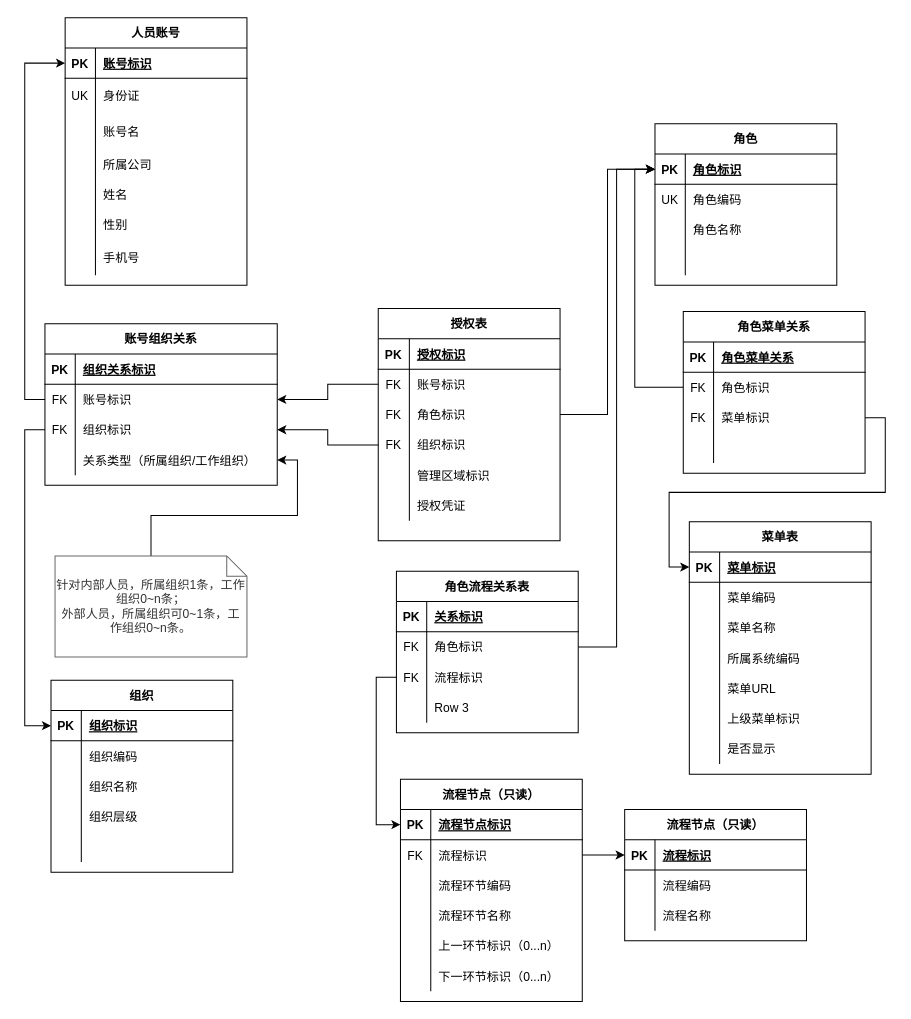
158698706/tt4a keeps this draw.io diagram as page "模型-2" (7 of 7) of 4A基本数模型.drawio. Above is the earlier version. Source tidied: cells renumbered, new cells numbered last; positions are measured from the earlier drawing's top-left corner, leaving out a move shared by most shapes. Both pictures are drawn from the tidied source at 101%, with x=0, y=0 at pixel (44, 17).
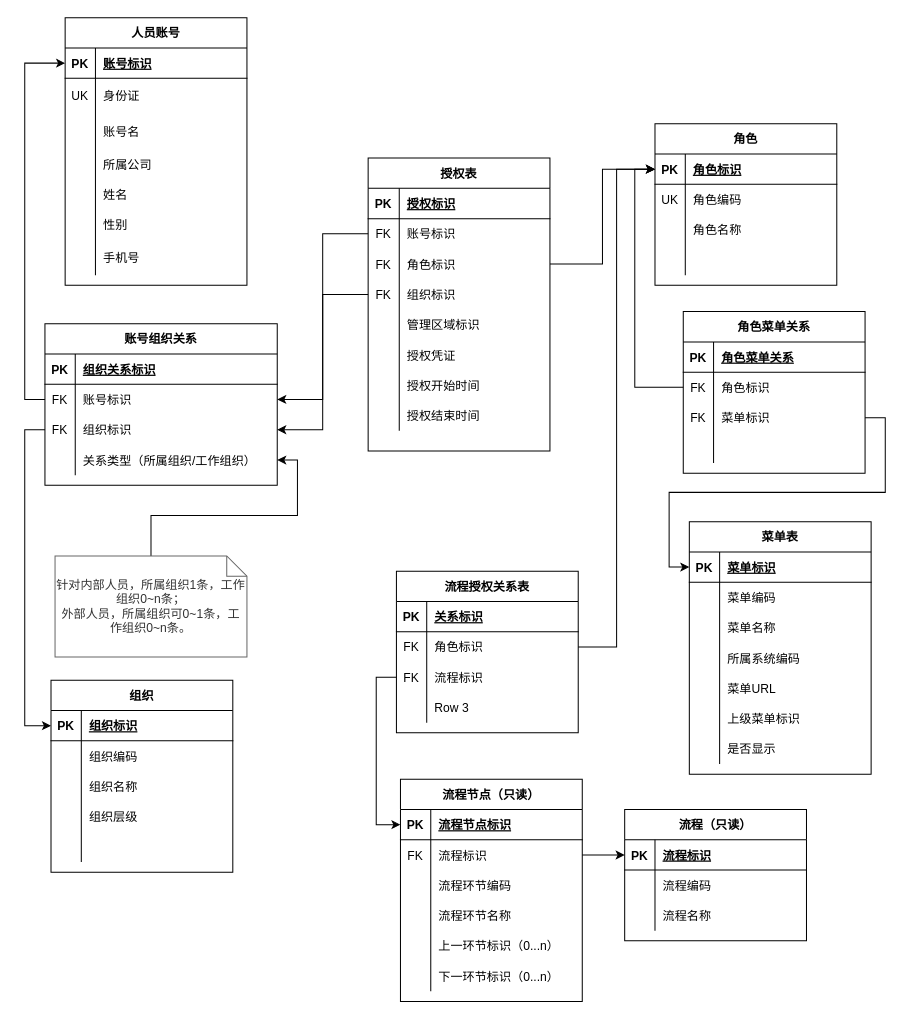
After the change.

Commit message (it also covers changes not shown here):
更新4A基本数模型.drawio

Diff of the diagram source:
```diff
@@
     <mxCell id="37" value="授权表" style="shape=table;startSize=30;childLayout=tableLayout;rowLines=0;fontStyle=1;align=center;" parent="1" vertex="1">
-      <mxGeometry x="330" y="288" width="180" height="230" as="geometry" />
+      <mxGeometry x="320" y="139" width="180" height="290" as="geometry" />
     </mxCell>
@@
+    <mxCell id="174" style="shape=tableRow;horizontal=0;startSize=0;swimlaneHead=0;swimlaneBody=0;fillColor=none;top=0;left=0;right=0;bottom=0;" parent="37" vertex="1">
+      <mxGeometry y="210" width="180" height="30" as="geometry" />
+    </mxCell>
+    <mxCell id="175" style="shape=partialRectangle;fillColor=none;top=0;left=0;bottom=0;right=0;overflow=hidden;" parent="174" vertex="1">
+      <mxGeometry width="30.8" height="30" as="geometry" />
+    </mxCell>
+    <mxCell id="176" value="授权开始时间" style="shape=partialRectangle;fillColor=none;top=0;left=0;bottom=0;right=0;align=left;spacingLeft=6;overflow=hidden;" parent="174" vertex="1">
+      <mxGeometry x="30.8" width="149.2" height="30" as="geometry" />
+    </mxCell>
+    <mxCell id="177" style="shape=tableRow;horizontal=0;startSize=0;swimlaneHead=0;swimlaneBody=0;fillColor=none;top=0;left=0;right=0;bottom=0;" parent="37" vertex="1">
+      <mxGeometry y="240" width="180" height="30" as="geometry" />
+    </mxCell>
+    <mxCell id="178" style="shape=partialRectangle;fillColor=none;top=0;left=0;bottom=0;right=0;overflow=hidden;" parent="177" vertex="1">
+      <mxGeometry width="30.8" height="30" as="geometry" />
+    </mxCell>
+    <mxCell id="179" value="授权结束时间" style="shape=partialRectangle;fillColor=none;top=0;left=0;bottom=0;right=0;align=left;spacingLeft=6;overflow=hidden;" parent="177" vertex="1">
+      <mxGeometry x="30.8" width="149.2" height="30" as="geometry" />
+    </mxCell>
@@
-    <mxCell id="113" value="角色流程关系表" style="shape=table;startSize=30;childLayout=tableLayout;rowLines=0;fontStyle=1;align=center;" parent="1" vertex="1">
+    <mxCell id="113" value="流程授权关系表" style="shape=table;startSize=30;childLayout=tableLayout;rowLines=0;fontStyle=1;align=center;" parent="1" vertex="1">
       <mxGeometry x="348" y="548" width="180" height="160" as="geometry" />
     </mxCell>
@@
-    <mxCell id="162" value="流程节点（只读）" style="shape=table;startSize=30;childLayout=tableLayout;rowLines=0;fontStyle=1;align=center;" parent="1" vertex="1">
+    <mxCell id="162" value="流程（只读）" style="shape=table;startSize=30;childLayout=tableLayout;rowLines=0;fontStyle=1;align=center;" parent="1" vertex="1">
       <mxGeometry x="574" y="784" width="180" height="130" as="geometry" />
     </mxCell>
```
